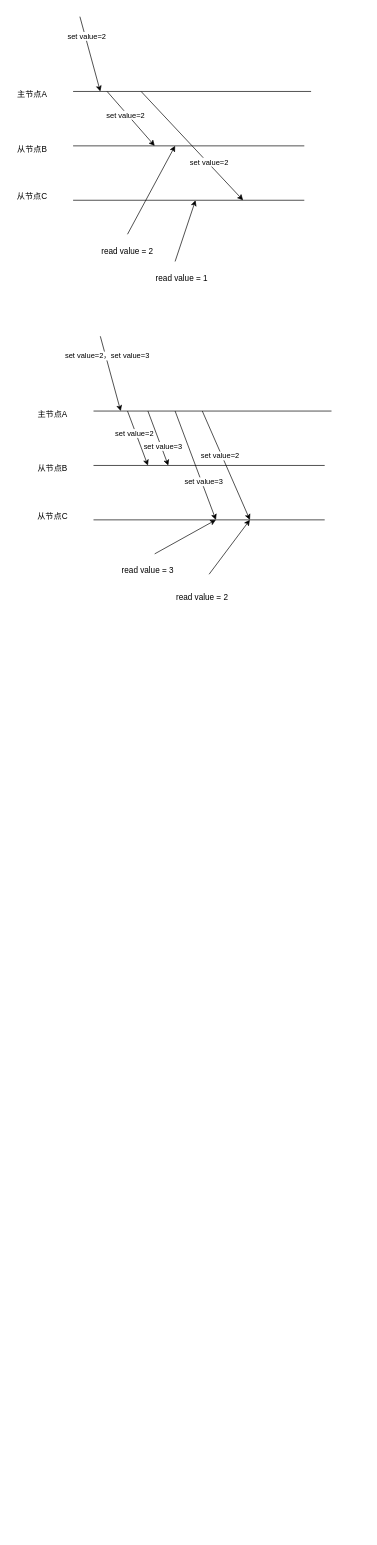
Above: Untitled Diagram.drawio in LHzhian/draw (draw.io), before the change. Source tidied: cells renumbered, new cells numbered last; positions are measured from the earlier drawing's top-left corner, leaving out a move shared by most shapes. Both pictures are drawn from the tidied source at 68%, with x=0, y=0 at pixel (12, 16).
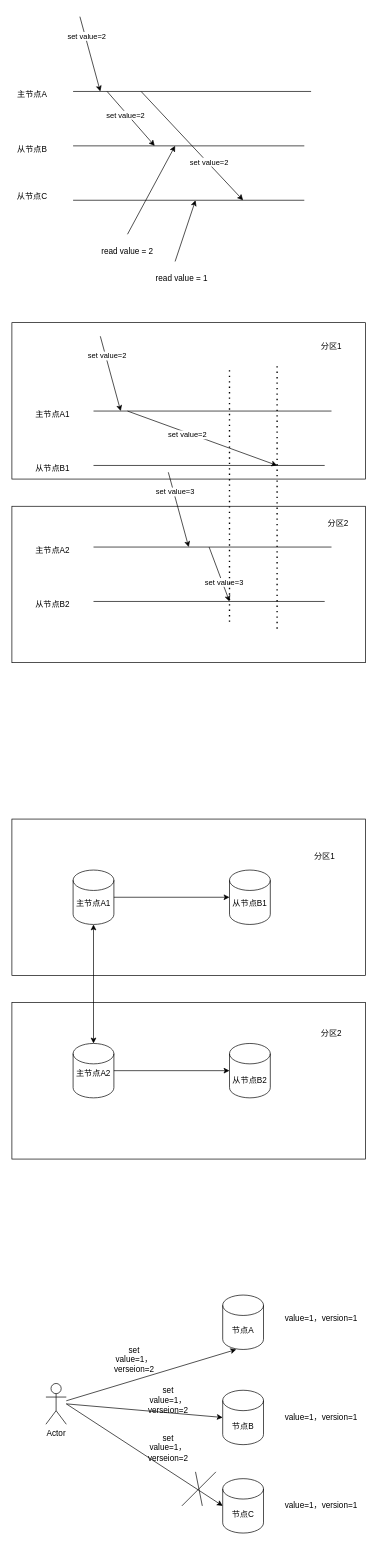
The same page after the edit.

Unchanged cells that the change refers to:
```xml
<mxCell id="32" style="endArrow=classic;html=1;rounded=0;" parent="1" edge="1">
  <mxGeometry relative="1" as="geometry">
    <mxPoint x="130" y="470" as="sourcePoint" />
    <mxPoint x="160" y="580" as="targetPoint" />
  </mxGeometry>
</mxCell>
```

Change to the diagram source:
```diff
@@
-    <mxCell id="20" style="endArrow=none;html=1;rounded=0;" parent="1" edge="1">
-      <mxGeometry relative="1" as="geometry">
-        <mxPoint x="120" y="740" as="sourcePoint" />
-        <mxPoint x="460" y="740" as="targetPoint" />
-      </mxGeometry>
-    </mxCell>
-    <mxCell id="21" value="主节点A" style="text;html=1;strokeColor=none;fillColor=none;align=center;verticalAlign=middle;whiteSpace=wrap;rounded=0;" parent="1" vertex="1">
+    <mxCell id="21" value="主节点A1" style="text;html=1;strokeColor=none;fillColor=none;align=center;verticalAlign=middle;whiteSpace=wrap;rounded=0;" parent="1" vertex="1">
       <mxGeometry x="30" y="570" width="60" height="30" as="geometry" />
     </mxCell>
-    <mxCell id="22" value="从节点B" style="text;html=1;strokeColor=none;fillColor=none;align=center;verticalAlign=middle;whiteSpace=wrap;rounded=0;" parent="1" vertex="1">
+    <mxCell id="22" value="从节点B1" style="text;html=1;strokeColor=none;fillColor=none;align=center;verticalAlign=middle;whiteSpace=wrap;rounded=0;" parent="1" vertex="1">
       <mxGeometry x="30" y="650" width="60" height="30" as="geometry" />
     </mxCell>
-    <mxCell id="23" value="从节点C" style="text;html=1;strokeColor=none;fillColor=none;align=center;verticalAlign=middle;whiteSpace=wrap;rounded=0;" parent="1" vertex="1">
-      <mxGeometry x="30" y="720" width="60" height="30" as="geometry" />
-    </mxCell>
     <mxCell id="24" style="endArrow=classic;html=1;rounded=0;" parent="1" edge="1">
       <mxGeometry relative="1" as="geometry">
         <mxPoint x="170" y="580" as="sourcePoint" />
-        <mxPoint x="200" y="660" as="targetPoint" />
+        <mxPoint x="390" y="660" as="targetPoint" />
       </mxGeometry>
     </mxCell>
@@
-    <mxCell id="26" style="endArrow=classic;html=1;rounded=0;" parent="1" edge="1">
-      <mxGeometry relative="1" as="geometry">
-        <mxPoint x="200" y="580" as="sourcePoint" />
-        <mxPoint x="230" y="660" as="targetPoint" />
-      </mxGeometry>
-    </mxCell>
-    <mxCell id="27" value="set value=3" style="edgeLabel;html=1;align=center;verticalAlign=middle;" parent="26" vertex="1">
-      <mxGeometry x="0.31" y="3" relative="1" as="geometry">
-        <mxPoint x="-1" as="offset" />
-      </mxGeometry>
-    </mxCell>
-    <mxCell id="28" style="endArrow=classic;html=1;rounded=0;" parent="1" edge="1">
-      <mxGeometry relative="1" as="geometry">
-        <mxPoint x="210" y="790" as="sourcePoint" />
-        <mxPoint x="300" y="740" as="targetPoint" />
-      </mxGeometry>
-    </mxCell>
-    <mxCell id="29" value="read value = 3" style="text;html=1;strokeColor=none;fillColor=none;align=center;verticalAlign=middle;whiteSpace=wrap;rounded=0;" parent="1" vertex="1">
-      <mxGeometry x="160" y="800" width="80" height="30" as="geometry" />
-    </mxCell>
-    <mxCell id="30" style="endArrow=classic;html=1;rounded=0;" parent="1" edge="1">
-      <mxGeometry relative="1" as="geometry">
-        <mxPoint x="290" y="820" as="sourcePoint" />
-        <mxPoint x="350" y="740" as="targetPoint" />
-      </mxGeometry>
-    </mxCell>
-    <mxCell id="31" value="read value = 2" style="text;html=1;strokeColor=none;fillColor=none;align=center;verticalAlign=middle;whiteSpace=wrap;rounded=0;" parent="1" vertex="1">
-      <mxGeometry x="240" y="840" width="80" height="30" as="geometry" />
-    </mxCell>
@@
-    <mxCell id="33" value="set value=2，set value=3" style="edgeLabel;html=1;align=center;verticalAlign=middle;" parent="32" vertex="1">
+    <mxCell id="33" value="set value=2" style="edgeLabel;html=1;align=center;verticalAlign=middle;" parent="32" vertex="1">
       <mxGeometry x="-0.47" y="2" relative="1" as="geometry" />
     </mxCell>
-    <mxCell id="34" style="endArrow=classic;html=1;rounded=0;" parent="1" edge="1">
-      <mxGeometry relative="1" as="geometry">
-        <mxPoint x="240" y="580" as="sourcePoint" />
-        <mxPoint x="300" y="740" as="targetPoint" />
-      </mxGeometry>
-    </mxCell>
-    <mxCell id="35" value="set value=3" style="edgeLabel;html=1;align=center;verticalAlign=middle;" parent="34" vertex="1">
-      <mxGeometry x="0.31" y="3" relative="1" as="geometry">
-        <mxPoint x="-1" as="offset" />
-      </mxGeometry>
-    </mxCell>
-    <mxCell id="36" style="endArrow=classic;html=1;rounded=0;" parent="1" edge="1">
-      <mxGeometry relative="1" as="geometry">
-        <mxPoint x="280" y="580" as="sourcePoint" />
-        <mxPoint x="350" y="740" as="targetPoint" />
-      </mxGeometry>
-    </mxCell>
-    <mxCell id="37" value="set value=2" style="edgeLabel;html=1;align=center;verticalAlign=middle;" parent="36" vertex="1">
-      <mxGeometry x="-0.2" y="-3" relative="1" as="geometry" />
-    </mxCell>
+    <mxCell id="38" style="endArrow=none;html=1;rounded=0;" parent="1" edge="1">
+      <mxGeometry relative="1" as="geometry">
+        <mxPoint x="120" y="780" as="sourcePoint" />
+        <mxPoint x="470" y="780" as="targetPoint" />
+      </mxGeometry>
+    </mxCell>
+    <mxCell id="39" style="endArrow=none;html=1;rounded=0;" parent="1" edge="1">
+      <mxGeometry relative="1" as="geometry">
+        <mxPoint x="120" y="860" as="sourcePoint" />
+        <mxPoint x="460" y="860" as="targetPoint" />
+      </mxGeometry>
+    </mxCell>
+    <mxCell id="40" value="主节点A2" style="text;html=1;strokeColor=none;fillColor=none;align=center;verticalAlign=middle;whiteSpace=wrap;rounded=0;" parent="1" vertex="1">
+      <mxGeometry x="30" y="770" width="60" height="30" as="geometry" />
+    </mxCell>
+    <mxCell id="41" value="从节点B2" style="text;html=1;strokeColor=none;fillColor=none;align=center;verticalAlign=middle;whiteSpace=wrap;rounded=0;" parent="1" vertex="1">
+      <mxGeometry x="30" y="850" width="60" height="30" as="geometry" />
+    </mxCell>
+    <mxCell id="42" style="endArrow=classic;html=1;rounded=0;" parent="1" edge="1">
+      <mxGeometry relative="1" as="geometry">
+        <mxPoint x="290" y="780" as="sourcePoint" />
+        <mxPoint x="320" y="860" as="targetPoint" />
+      </mxGeometry>
+    </mxCell>
+    <mxCell id="43" value="set value=3" style="edgeLabel;html=1;align=center;verticalAlign=middle;" parent="42" vertex="1">
+      <mxGeometry x="0.31" y="3" relative="1" as="geometry">
+        <mxPoint x="-1" as="offset" />
+      </mxGeometry>
+    </mxCell>
+    <mxCell id="44" style="endArrow=classic;html=1;rounded=0;" parent="1" edge="1">
+      <mxGeometry relative="1" as="geometry">
+        <mxPoint x="230" y="670" as="sourcePoint" />
+        <mxPoint x="260" y="780" as="targetPoint" />
+      </mxGeometry>
+    </mxCell>
+    <mxCell id="45" value="set value=3" style="edgeLabel;html=1;align=center;verticalAlign=middle;" parent="44" vertex="1">
+      <mxGeometry x="-0.47" y="2" relative="1" as="geometry" />
+    </mxCell>
+    <mxCell id="46" style="endArrow=none;dashed=1;html=1;dashPattern=1 3;strokeWidth=2;rounded=0;" parent="1" edge="1">
+      <mxGeometry relative="1" as="geometry">
+        <mxPoint x="320" y="890" as="sourcePoint" />
+        <mxPoint x="320" y="520" as="targetPoint" />
+      </mxGeometry>
+    </mxCell>
+    <mxCell id="47" style="endArrow=none;dashed=1;html=1;dashPattern=1 3;strokeWidth=2;rounded=0;" parent="1" edge="1">
+      <mxGeometry relative="1" as="geometry">
+        <mxPoint x="390" y="900" as="sourcePoint" />
+        <mxPoint x="390" y="510" as="targetPoint" />
+      </mxGeometry>
+    </mxCell>
+    <mxCell id="48" style="rounded=0;whiteSpace=wrap;html=1;fillColor=none;" parent="1" vertex="1">
+      <mxGeometry y="450" width="520" height="230" as="geometry" />
+    </mxCell>
+    <mxCell id="49" style="rounded=0;whiteSpace=wrap;html=1;fillColor=none;" parent="1" vertex="1">
+      <mxGeometry y="720" width="520" height="230" as="geometry" />
+    </mxCell>
+    <mxCell id="50" value="分区1" style="text;html=1;strokeColor=none;fillColor=none;align=center;verticalAlign=middle;whiteSpace=wrap;rounded=0;" parent="1" vertex="1">
+      <mxGeometry x="440" y="470" width="60" height="30" as="geometry" />
+    </mxCell>
+    <mxCell id="51" value="分区2" style="text;html=1;strokeColor=none;fillColor=none;align=center;verticalAlign=middle;whiteSpace=wrap;rounded=0;" parent="1" vertex="1">
+      <mxGeometry x="450" y="730" width="60" height="30" as="geometry" />
+    </mxCell>
+    <mxCell id="52" value="主节点A1" style="text;html=1;strokeColor=none;fillColor=none;align=center;verticalAlign=middle;whiteSpace=wrap;rounded=0;" parent="1" vertex="1">
+      <mxGeometry x="90" y="1290" width="60" height="30" as="geometry" />
+    </mxCell>
+    <mxCell id="53" value="从节点B1" style="text;html=1;strokeColor=none;fillColor=none;align=center;verticalAlign=middle;whiteSpace=wrap;rounded=0;" parent="1" vertex="1">
+      <mxGeometry x="320" y="1290" width="60" height="30" as="geometry" />
+    </mxCell>
+    <mxCell id="54" value="主节点A2" style="text;html=1;strokeColor=none;fillColor=none;align=center;verticalAlign=middle;whiteSpace=wrap;rounded=0;" parent="1" vertex="1">
+      <mxGeometry x="90" y="1540" width="60" height="30" as="geometry" />
+    </mxCell>
+    <mxCell id="55" value="从节点B2" style="text;html=1;strokeColor=none;fillColor=none;align=center;verticalAlign=middle;whiteSpace=wrap;rounded=0;" parent="1" vertex="1">
+      <mxGeometry x="320" y="1550" width="60" height="30" as="geometry" />
+    </mxCell>
+    <mxCell id="56" style="rounded=0;whiteSpace=wrap;html=1;fillColor=none;" parent="1" vertex="1">
+      <mxGeometry y="1180" width="520" height="230" as="geometry" />
+    </mxCell>
+    <mxCell id="57" style="rounded=0;whiteSpace=wrap;html=1;fillColor=none;" parent="1" vertex="1">
+      <mxGeometry y="1450" width="520" height="230" as="geometry" />
+    </mxCell>
+    <mxCell id="58" value="分区1" style="text;html=1;strokeColor=none;fillColor=none;align=center;verticalAlign=middle;whiteSpace=wrap;rounded=0;" parent="1" vertex="1">
+      <mxGeometry x="430" y="1220" width="60" height="30" as="geometry" />
+    </mxCell>
+    <mxCell id="59" value="分区2" style="text;html=1;strokeColor=none;fillColor=none;align=center;verticalAlign=middle;whiteSpace=wrap;rounded=0;" parent="1" vertex="1">
+      <mxGeometry x="440" y="1480" width="60" height="30" as="geometry" />
+    </mxCell>
+    <mxCell id="60" style="shape=cylinder3;whiteSpace=wrap;html=1;boundedLbl=1;backgroundOutline=1;size=15;fillColor=none;" parent="1" vertex="1">
+      <mxGeometry x="90" y="1255" width="60" height="80" as="geometry" />
+    </mxCell>
+    <mxCell id="61" style="shape=cylinder3;whiteSpace=wrap;html=1;boundedLbl=1;backgroundOutline=1;size=15;fillColor=none;" parent="1" vertex="1">
+      <mxGeometry x="320" y="1255" width="60" height="80" as="geometry" />
+    </mxCell>
+    <mxCell id="62" style="endArrow=classic;html=1;rounded=0;exitX=1;exitY=0.5;exitDx=0;exitDy=0;exitPerimeter=0;" parent="1" edge="1" source="60" target="61">
+      <mxGeometry relative="1" as="geometry" />
+    </mxCell>
+    <mxCell id="63" style="shape=cylinder3;whiteSpace=wrap;html=1;boundedLbl=1;backgroundOutline=1;size=15;fillColor=none;" parent="1" vertex="1">
+      <mxGeometry x="90" y="1510" width="60" height="80" as="geometry" />
+    </mxCell>
+    <mxCell id="64" style="shape=cylinder3;whiteSpace=wrap;html=1;boundedLbl=1;backgroundOutline=1;size=15;fillColor=none;" parent="1" vertex="1">
+      <mxGeometry x="320" y="1510" width="60" height="80" as="geometry" />
+    </mxCell>
+    <mxCell id="65" style="endArrow=classic;html=1;rounded=0;entryX=0;entryY=0.5;entryDx=0;entryDy=0;entryPerimeter=0;exitX=1;exitY=0.5;exitDx=0;exitDy=0;exitPerimeter=0;" parent="1" edge="1" source="63" target="64">
+      <mxGeometry relative="1" as="geometry" />
+    </mxCell>
+    <mxCell id="66" style="endArrow=classic;startArrow=classic;html=1;rounded=0;entryX=0.5;entryY=0;entryDx=0;entryDy=0;entryPerimeter=0;" parent="1" edge="1" source="60" target="63">
+      <mxGeometry relative="1" as="geometry" />
+    </mxCell>
+    <mxCell id="67" value="Actor" style="shape=umlActor;verticalLabelPosition=bottom;verticalAlign=top;html=1;outlineConnect=0;fillColor=none;" parent="1" vertex="1">
+      <mxGeometry x="50" y="2010" width="30" height="60" as="geometry" />
+    </mxCell>
+    <mxCell id="68" value="节点A" style="shape=cylinder3;whiteSpace=wrap;html=1;boundedLbl=1;backgroundOutline=1;size=15;fillColor=none;" parent="1" vertex="1">
+      <mxGeometry x="310" y="1880" width="60" height="80" as="geometry" />
+    </mxCell>
+    <mxCell id="69" value="节点B" style="shape=cylinder3;whiteSpace=wrap;html=1;boundedLbl=1;backgroundOutline=1;size=15;fillColor=none;" parent="1" vertex="1">
+      <mxGeometry x="310" y="2020" width="60" height="80" as="geometry" />
+    </mxCell>
+    <mxCell id="70" value="节点C" style="shape=cylinder3;whiteSpace=wrap;html=1;boundedLbl=1;backgroundOutline=1;size=15;fillColor=none;" parent="1" vertex="1">
+      <mxGeometry x="310" y="2150" width="60" height="80" as="geometry" />
+    </mxCell>
+    <mxCell id="71" style="endArrow=classic;html=1;rounded=0;" parent="1" edge="1" source="67">
+      <mxGeometry relative="1" as="geometry">
+        <mxPoint x="330" y="1960" as="targetPoint" />
+      </mxGeometry>
+    </mxCell>
+    <mxCell id="72" style="endArrow=classic;html=1;rounded=0;entryX=0;entryY=0.5;entryDx=0;entryDy=0;entryPerimeter=0;" parent="1" edge="1" target="69">
+      <mxGeometry relative="1" as="geometry">
+        <mxPoint x="80" y="2040" as="sourcePoint" />
+      </mxGeometry>
+    </mxCell>
+    <mxCell id="73" style="endArrow=classic;html=1;rounded=0;entryX=0;entryY=0.5;entryDx=0;entryDy=0;entryPerimeter=0;" parent="1" edge="1" target="70">
+      <mxGeometry relative="1" as="geometry">
+        <mxPoint x="80" y="2040" as="sourcePoint" />
+      </mxGeometry>
+    </mxCell>
+    <mxCell id="74" value="set value=1，verseion=2" style="text;html=1;strokeColor=none;fillColor=none;align=center;verticalAlign=middle;whiteSpace=wrap;rounded=0;" parent="1" vertex="1">
+      <mxGeometry x="150" y="1960" width="60" height="30" as="geometry" />
+    </mxCell>
+    <mxCell id="75" value="set value=1，verseion=2" style="text;html=1;strokeColor=none;fillColor=none;align=center;verticalAlign=middle;whiteSpace=wrap;rounded=0;" parent="1" vertex="1">
+      <mxGeometry x="200" y="2020" width="60" height="30" as="geometry" />
+    </mxCell>
+    <mxCell id="76" value="set value=1，verseion=2" style="text;html=1;strokeColor=none;fillColor=none;align=center;verticalAlign=middle;whiteSpace=wrap;rounded=0;" parent="1" vertex="1">
+      <mxGeometry x="200" y="2090" width="60" height="30" as="geometry" />
+    </mxCell>
+    <mxCell id="77" value="value=1，version=1" style="text;html=1;strokeColor=none;fillColor=none;align=center;verticalAlign=middle;whiteSpace=wrap;rounded=0;" parent="1" vertex="1">
+      <mxGeometry x="390" y="1900" width="130" height="30" as="geometry" />
+    </mxCell>
+    <mxCell id="78" value="value=1，version=1" style="text;html=1;strokeColor=none;fillColor=none;align=center;verticalAlign=middle;whiteSpace=wrap;rounded=0;" parent="1" vertex="1">
+      <mxGeometry x="390" y="2045" width="130" height="30" as="geometry" />
+    </mxCell>
+    <mxCell id="79" value="value=1，version=1" style="text;html=1;strokeColor=none;fillColor=none;align=center;verticalAlign=middle;whiteSpace=wrap;rounded=0;" parent="1" vertex="1">
+      <mxGeometry x="390" y="2175" width="130" height="30" as="geometry" />
+    </mxCell>
+    <mxCell id="80" style="endArrow=none;html=1;rounded=0;" parent="1" edge="1">
+      <mxGeometry relative="1" as="geometry">
+        <mxPoint x="250" y="2190" as="sourcePoint" />
+        <mxPoint x="300" y="2140" as="targetPoint" />
+      </mxGeometry>
+    </mxCell>
+    <mxCell id="81" style="endArrow=none;html=1;rounded=0;" parent="1" edge="1">
+      <mxGeometry relative="1" as="geometry">
+        <mxPoint x="280" y="2190" as="sourcePoint" />
+        <mxPoint x="270" y="2140" as="targetPoint" />
+      </mxGeometry>
+    </mxCell>
```
